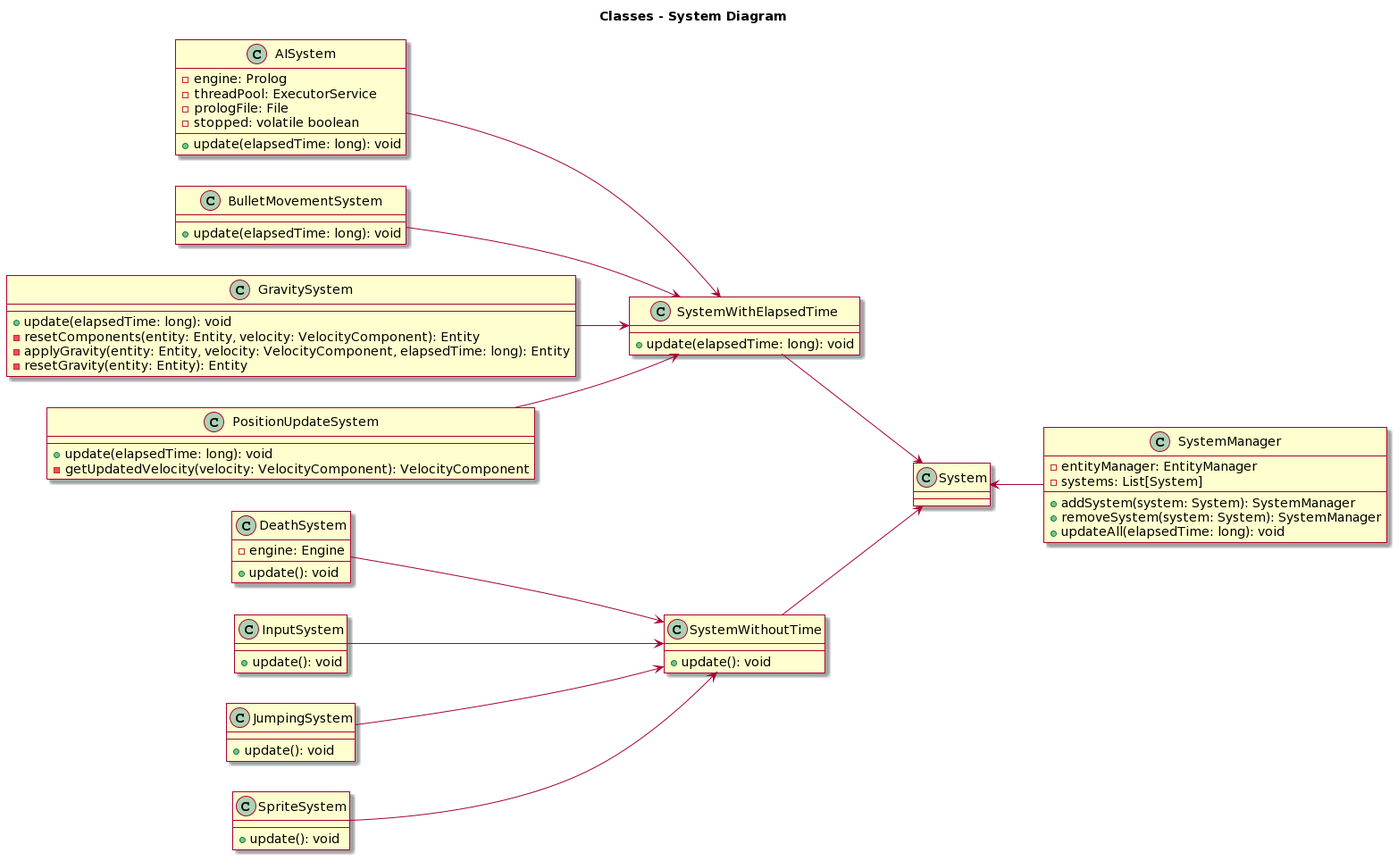
This is docs/img/Systems.png from MarzoliLeo/PPS-22-MetalScala3, a PlantUML export, as it was before one commit.
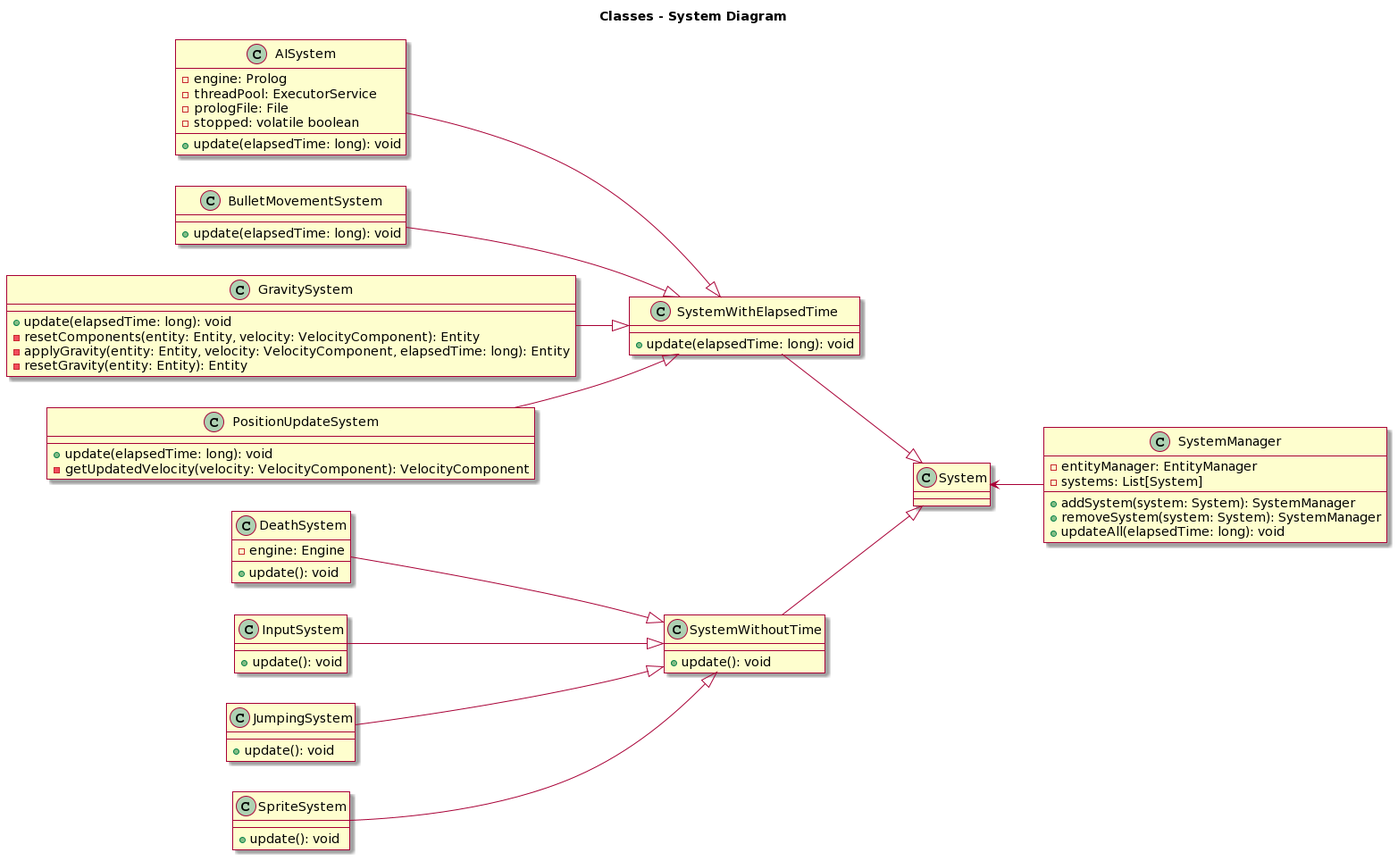
The same file after the commit.

The edit, as a diff of the source:
```diff
@@ -64,15 +64,15 @@
   + updateAll(elapsedTime: long): void
 }
 
-AISystem --> SystemWithElapsedTime
-BulletMovementSystem --> SystemWithElapsedTime
-DeathSystem --> SystemWithoutTime
-GravitySystem --> SystemWithElapsedTime
-InputSystem --> SystemWithoutTime
-JumpingSystem --> SystemWithoutTime
-PositionUpdateSystem --> SystemWithElapsedTime
-SpriteSystem --> SystemWithoutTime
-SystemWithoutTime --> System
-SystemWithElapsedTime --> System
+AISystem --|> SystemWithElapsedTime
+BulletMovementSystem --|> SystemWithElapsedTime
+DeathSystem --|> SystemWithoutTime
+GravitySystem --|> SystemWithElapsedTime
+InputSystem --|> SystemWithoutTime
+JumpingSystem --|> SystemWithoutTime
+PositionUpdateSystem --|> SystemWithElapsedTime
+SpriteSystem --|> SystemWithoutTime
+SystemWithoutTime --|> System
+SystemWithElapsedTime --|> System
 System <-- SystemManager
 @enduml
```
